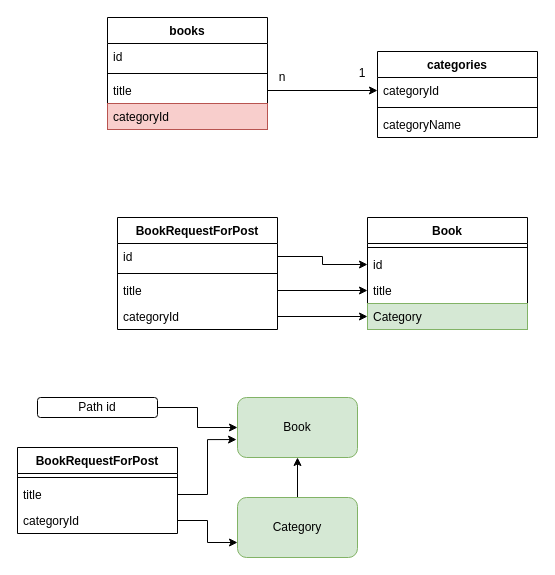
The draw.io diagram page "Sayfa -1" (1 of 3) of day-08/diagrams.drawio in zcomert/java-react-bootcamp, before the edit. Source tidied: cells renumbered, new cells numbered last; positions are measured from the earlier drawing's top-left corner, leaving out a move shared by most shapes. Both pictures are drawn from the tidied source at 100%, with x=0, y=0 at pixel (17, 17).
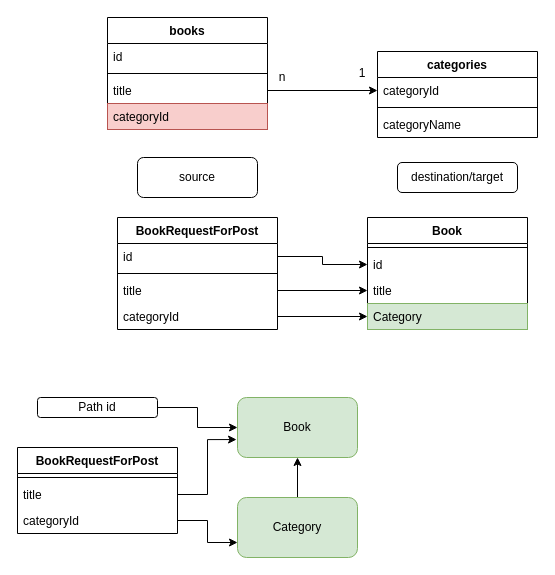
The same page after the edit.

The edit, as a diff of the source:
```diff
@@
+    <mxCell id="38" value="destination/target" style="rounded=1;whiteSpace=wrap;html=1;" parent="1" vertex="1">
+      <mxGeometry x="380" y="145" width="120" height="30" as="geometry" />
+    </mxCell>
+    <mxCell id="39" value="source" style="rounded=1;whiteSpace=wrap;html=1;" parent="1" vertex="1">
+      <mxGeometry x="120" y="140" width="120" height="40" as="geometry" />
+    </mxCell>
```
